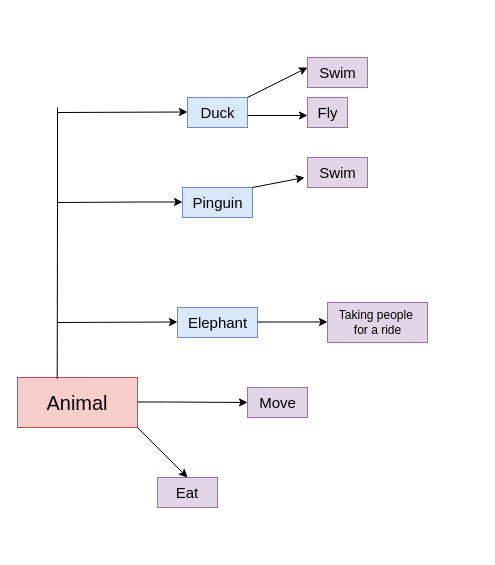
Earlier version of the draw.io diagram Untitled Diagram.drawio (Nikitamoge/01.11.23-HW-1-). Source tidied: cells renumbered, new cells numbered last; positions are measured from the earlier drawing's top-left corner, leaving out a move shared by most shapes. Both pictures are drawn from the tidied source at 100%, with x=0, y=0 at pixel (17, 57).
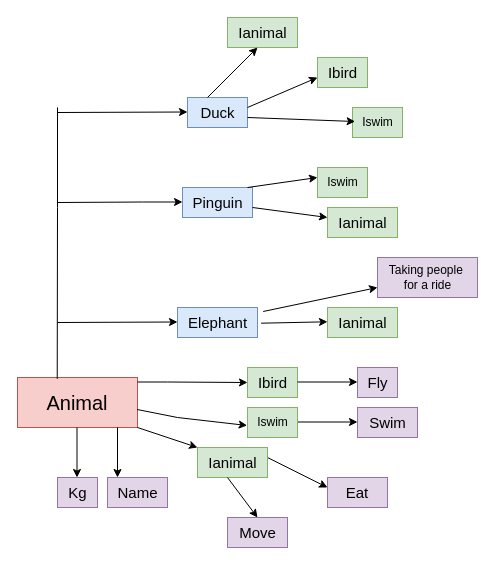
The same page after the edit.

Unchanged cells that the change refers to:
```xml
<mxCell id="2" value="&lt;font style=&quot;font-size: 20px;&quot;&gt;Animal&lt;/font&gt;" style="text;align=center;html=1;verticalAlign=middle;whiteSpace=wrap;rounded=0;fillColor=#f8cecc;strokeColor=#b85450;" parent="1" vertex="1">
  <mxGeometry y="320" width="120" height="50" as="geometry" />
</mxCell>
<mxCell id="4" value="&lt;font style=&quot;font-size: 15px;&quot;&gt;Elephant&lt;/font&gt;" style="text;html=1;align=center;verticalAlign=middle;points=[];strokeColor=#6c8ebf;fillColor=#dae8fc;" parent="1" vertex="1">
  <mxGeometry x="160" y="250" width="80" height="30" as="geometry" />
</mxCell>
```

What changed in the source:
```diff
@@
     <mxCell id="7" value="&lt;font style=&quot;font-size: 15px;&quot;&gt;Move&lt;/font&gt;" style="text;html=1;align=center;verticalAlign=middle;strokeColor=#9673a6;fillColor=#e1d5e7;" parent="1" vertex="1">
-      <mxGeometry x="230" y="330" width="60" height="30" as="geometry" />
+      <mxGeometry x="210" y="460" width="60" height="30" as="geometry" />
     </mxCell>
     <mxCell id="8" value="&lt;font style=&quot;font-size: 15px;&quot;&gt;Eat&lt;/font&gt;" style="whiteSpace=wrap;html=1;fillColor=#e1d5e7;strokeColor=#9673a6;gradientColor=none;" parent="1" vertex="1">
-      <mxGeometry x="140" y="420" width="60" height="30" as="geometry" />
+      <mxGeometry x="310" y="420" width="60" height="30" as="geometry" />
     </mxCell>
@@
     <mxCell id="12" style="endArrow=classic;html=1;rounded=0;" parent="1" edge="1">
       <mxGeometry relative="1" as="geometry">
-        <mxPoint x="120" y="344.5" as="sourcePoint" />
-        <mxPoint x="230" y="345" as="targetPoint" />
+        <mxPoint x="120" y="324.5" as="sourcePoint" />
+        <mxPoint x="230" y="325" as="targetPoint" />
         <Array as="points">
-          <mxPoint x="150" y="344.5" />
+          <mxPoint x="150" y="324.5" />
         </Array>
       </mxGeometry>
     </mxCell>
-    <mxCell id="13" style="endArrow=classic;html=1;rounded=0;" parent="1" edge="1">
+    <mxCell id="13" style="endArrow=classic;html=1;rounded=0;entryX=-0.007;entryY=0.6;entryDx=0;entryDy=0;entryPerimeter=0;exitX=0.997;exitY=0.64;exitDx=0;exitDy=0;exitPerimeter=0;" parent="1" edge="1" source="2" target="23">
       <mxGeometry relative="1" as="geometry">
-        <mxPoint x="120" y="370" as="sourcePoint" />
-        <mxPoint x="170" y="420" as="targetPoint" />
         <Array as="points">
-          <mxPoint x="140" y="390" />
+          <mxPoint x="160" y="360" />
         </Array>
       </mxGeometry>
     </mxCell>
     <mxCell id="14" style="endArrow=classic;html=1;rounded=0;" parent="1" edge="1">
       <mxGeometry relative="1" as="geometry">
-        <mxPoint x="230" y="40" as="sourcePoint" />
-        <mxPoint x="290" y="10" as="targetPoint" />
+        <mxPoint x="250" y="400" as="sourcePoint" />
+        <mxPoint x="310" y="430" as="targetPoint" />
       </mxGeometry>
     </mxCell>
     <mxCell id="15" style="endArrow=classic;html=1;rounded=0;" parent="1" edge="1">
       <mxGeometry relative="1" as="geometry">
-        <mxPoint x="230" y="58" as="sourcePoint" />
-        <mxPoint x="290" y="58" as="targetPoint" />
+        <mxPoint x="280" y="364.5" as="sourcePoint" />
+        <mxPoint x="340" y="364.5" as="targetPoint" />
       </mxGeometry>
     </mxCell>
-    <mxCell id="16" value="&lt;font style=&quot;font-size: 15px;&quot;&gt;Swim&lt;/font&gt;" style="text;html=1;align=center;verticalAlign=middle;strokeColor=#9673a6;fillColor=#e1d5e7;" parent="1" vertex="1">
-      <mxGeometry x="290" width="60" height="30" as="geometry" />
-    </mxCell>
     <mxCell id="17" value="&lt;font style=&quot;font-size: 15px;&quot;&gt;Fly&lt;/font&gt;" style="text;html=1;align=center;verticalAlign=middle;strokeColor=#9673a6;fillColor=#e1d5e7;" parent="1" vertex="1">
-      <mxGeometry x="290" y="40" width="40" height="30" as="geometry" />
+      <mxGeometry x="340" y="310" width="40" height="30" as="geometry" />
     </mxCell>
     <mxCell id="18" value="&lt;font style=&quot;font-size: 15px;&quot;&gt;Swim&lt;/font&gt;" style="text;html=1;align=center;verticalAlign=middle;points=[];strokeColor=#9673a6;fillColor=#e1d5e7;" parent="1" vertex="1">
-      <mxGeometry x="290" y="100" width="60" height="30" as="geometry" />
+      <mxGeometry x="340" y="350" width="60" height="30" as="geometry" />
     </mxCell>
-    <mxCell id="19" style="endArrow=classic;html=1;rounded=0;entryX=-0.05;entryY=0.667;entryDx=0;entryDy=0;entryPerimeter=0;" parent="1" edge="1" target="18">
-      <mxGeometry relative="1" as="geometry">
-        <mxPoint x="235" y="130" as="sourcePoint" />
-      </mxGeometry>
-    </mxCell>
-    <mxCell id="20" style="endArrow=classic;html=1;rounded=0;" parent="1" edge="1">
-      <mxGeometry relative="1" as="geometry">
-        <mxPoint x="240" y="264.5" as="sourcePoint" />
-        <mxPoint x="310" y="264.5" as="targetPoint" />
-      </mxGeometry>
-    </mxCell>
     <mxCell id="21" value="Taking people&amp;nbsp;&lt;div&gt;for a ride&lt;/div&gt;" style="text;html=1;align=center;verticalAlign=middle;strokeColor=#9673a6;fillColor=#e1d5e7;" parent="1" vertex="1">
-      <mxGeometry x="310" y="245" width="100" height="40" as="geometry" />
+      <mxGeometry x="360" y="200" width="100" height="40" as="geometry" />
     </mxCell>
+    <mxCell id="22" value="&lt;font style=&quot;font-size: 15px;&quot;&gt;Ibird&lt;/font&gt;" style="text;html=1;align=center;verticalAlign=middle;strokeColor=#82b366;fillColor=#d5e8d4;" parent="1" vertex="1">
+      <mxGeometry x="230" y="310" width="50" height="30" as="geometry" />
+    </mxCell>
+    <mxCell id="23" value="Iswim" style="text;html=1;align=center;verticalAlign=middle;points=[];strokeColor=#82b366;fillColor=#d5e8d4;" parent="1" vertex="1">
+      <mxGeometry x="230" y="350" width="50" height="30" as="geometry" />
+    </mxCell>
+    <mxCell id="24" value="&lt;font style=&quot;font-size: 15px;&quot;&gt;Ianimal&lt;/font&gt;" style="text;html=1;align=center;verticalAlign=middle;strokeColor=#82b366;fillColor=#d5e8d4;" parent="1" vertex="1">
+      <mxGeometry x="180" y="390" width="70" height="30" as="geometry" />
+    </mxCell>
+    <mxCell id="25" style="endArrow=classic;html=1;rounded=0;" parent="1" edge="1">
+      <mxGeometry relative="1" as="geometry">
+        <mxPoint x="120" y="370" as="sourcePoint" />
+        <mxPoint x="180" y="390" as="targetPoint" />
+      </mxGeometry>
+    </mxCell>
+    <mxCell id="26" style="endArrow=classic;html=1;rounded=0;" parent="1" edge="1">
+      <mxGeometry relative="1" as="geometry">
+        <mxPoint x="100" y="370" as="sourcePoint" />
+        <mxPoint x="100" y="420" as="targetPoint" />
+      </mxGeometry>
+    </mxCell>
+    <mxCell id="27" style="endArrow=classic;html=1;rounded=0;" parent="1" edge="1">
+      <mxGeometry relative="1" as="geometry">
+        <mxPoint x="59.5" y="370" as="sourcePoint" />
+        <mxPoint x="59.5" y="420" as="targetPoint" />
+        <Array as="points">
+          <mxPoint x="59.5" y="370" />
+        </Array>
+      </mxGeometry>
+    </mxCell>
+    <mxCell id="28" value="&lt;font style=&quot;font-size: 15px;&quot;&gt;Name&lt;/font&gt;" style="text;html=1;align=center;verticalAlign=middle;strokeColor=#9673a6;fillColor=#e1d5e7;" parent="1" vertex="1">
+      <mxGeometry x="90" y="420" width="60" height="30" as="geometry" />
+    </mxCell>
+    <mxCell id="29" value="&lt;font style=&quot;font-size: 15px;&quot;&gt;Kg&lt;/font&gt;" style="text;html=1;align=center;verticalAlign=middle;strokeColor=#9673a6;fillColor=#e1d5e7;" parent="1" vertex="1">
+      <mxGeometry x="40" y="420" width="40" height="30" as="geometry" />
+    </mxCell>
+    <mxCell id="30" style="endArrow=classic;html=1;rounded=0;" parent="1" edge="1">
+      <mxGeometry relative="1" as="geometry">
+        <mxPoint x="280" y="324.5" as="sourcePoint" />
+        <mxPoint x="340" y="324.5" as="targetPoint" />
+      </mxGeometry>
+    </mxCell>
+    <mxCell id="31" style="endArrow=classic;html=1;rounded=0;" parent="1" edge="1">
+      <mxGeometry relative="1" as="geometry">
+        <mxPoint x="210" y="420" as="sourcePoint" />
+        <mxPoint x="240" y="460" as="targetPoint" />
+      </mxGeometry>
+    </mxCell>
+    <mxCell id="32" value="&lt;font style=&quot;font-size: 15px;&quot;&gt;Ianimal&lt;/font&gt;" style="text;html=1;align=center;verticalAlign=middle;strokeColor=#82b366;fillColor=#d5e8d4;" parent="1" vertex="1">
+      <mxGeometry x="310" y="250" width="70" height="30" as="geometry" />
+    </mxCell>
+    <mxCell id="33" style="endArrow=classic;html=1;rounded=0;entryX=-0.052;entryY=0.622;entryDx=0;entryDy=0;entryPerimeter=0;" parent="1" edge="1">
+      <mxGeometry relative="1" as="geometry">
+        <mxPoint x="243.6" y="265.7" as="sourcePoint" />
+        <mxPoint x="310" y="264.3" as="targetPoint" />
+      </mxGeometry>
+    </mxCell>
+    <mxCell id="34" style="endArrow=classic;html=1;rounded=0;exitX=1.071;exitY=0.133;exitDx=0;exitDy=0;exitPerimeter=0;" parent="1" edge="1" source="4">
+      <mxGeometry relative="1" as="geometry">
+        <mxPoint x="360" y="230" as="targetPoint" />
+      </mxGeometry>
+    </mxCell>
+    <mxCell id="35" style="endArrow=classic;html=1;rounded=0;" parent="1" edge="1">
+      <mxGeometry relative="1" as="geometry">
+        <mxPoint x="230" y="130" as="sourcePoint" />
+        <mxPoint x="300" y="120" as="targetPoint" />
+      </mxGeometry>
+    </mxCell>
+    <mxCell id="36" style="endArrow=classic;html=1;rounded=0;" parent="1" edge="1">
+      <mxGeometry relative="1" as="geometry">
+        <mxPoint x="235" y="150" as="sourcePoint" />
+        <mxPoint x="310" y="160" as="targetPoint" />
+      </mxGeometry>
+    </mxCell>
+    <mxCell id="37" value="&lt;font style=&quot;font-size: 15px;&quot;&gt;Ianimal&lt;/font&gt;" style="text;html=1;align=center;verticalAlign=middle;strokeColor=#82b366;fillColor=#d5e8d4;" parent="1" vertex="1">
+      <mxGeometry x="310" y="150" width="70" height="30" as="geometry" />
+    </mxCell>
+    <mxCell id="38" value="Iswim" style="text;html=1;align=center;verticalAlign=middle;strokeColor=#82b366;fillColor=#d5e8d4;" parent="1" vertex="1">
+      <mxGeometry x="300" y="110" width="50" height="30" as="geometry" />
+    </mxCell>
+    <mxCell id="39" value="&lt;font style=&quot;font-size: 15px;&quot;&gt;Ianimal&lt;/font&gt;" style="text;html=1;align=center;verticalAlign=middle;strokeColor=#82b366;fillColor=#d5e8d4;" parent="1" vertex="1">
+      <mxGeometry x="210" y="-40" width="70" height="30" as="geometry" />
+    </mxCell>
+    <mxCell id="40" value="&lt;font style=&quot;font-size: 15px;&quot;&gt;Ibird&lt;/font&gt;" style="text;html=1;align=center;verticalAlign=middle;strokeColor=#82b366;fillColor=#d5e8d4;" parent="1" vertex="1">
+      <mxGeometry x="300" width="50" height="30" as="geometry" />
+    </mxCell>
+    <mxCell id="41" value="Iswim" style="text;html=1;align=center;verticalAlign=middle;points=[];strokeColor=#82b366;fillColor=#d5e8d4;" parent="1" vertex="1">
+      <mxGeometry x="335" y="50" width="50" height="30" as="geometry" />
+    </mxCell>
+    <mxCell id="42" style="endArrow=classic;html=1;rounded=0;" parent="1" edge="1">
+      <mxGeometry relative="1" as="geometry">
+        <mxPoint x="230" y="50" as="sourcePoint" />
+        <mxPoint x="300" y="20" as="targetPoint" />
+      </mxGeometry>
+    </mxCell>
+    <mxCell id="43" style="endArrow=classic;html=1;rounded=0;" parent="1" edge="1">
+      <mxGeometry relative="1" as="geometry">
+        <mxPoint x="190" y="40" as="sourcePoint" />
+        <mxPoint x="240" y="-10" as="targetPoint" />
+      </mxGeometry>
+    </mxCell>
+    <mxCell id="44" style="endArrow=classic;html=1;rounded=0;entryX=0.053;entryY=0.467;entryDx=0;entryDy=0;entryPerimeter=0;" parent="1" edge="1" target="41">
+      <mxGeometry relative="1" as="geometry">
+        <mxPoint x="230" y="60" as="sourcePoint" />
+      </mxGeometry>
+    </mxCell>
```
